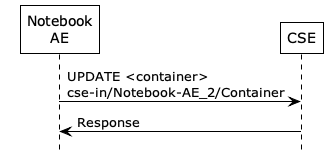
Before: images/05/update_container.png, a diagram exported from PlantUML (ankraft/onem2m-jupyter-notebooks).
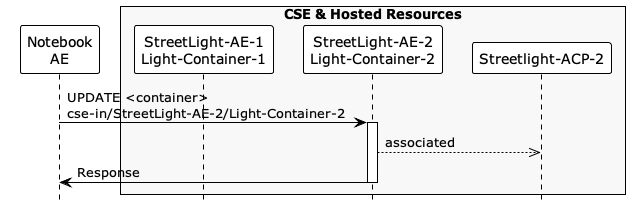
The same file after the commit.

Diff of the diagram source:
```diff
@@ -3,10 +3,16 @@
 !theme plain
 skinparam backgroundcolor transparent
 
+
 participant "Notebook\nAE" as AE
-participant "CSE" as CSE
+box "CSE & Hosted Resources" #f8f8f8
+participant "StreetLight-AE-1\nLight-Container-1" as container1
+participant "StreetLight-AE-2\nLight-Container-2" as container2
+participant "Streetlight-ACP-2" as acp2
+end box
 
-AE -> CSE: UPDATE <container>\ncse-in/Notebook-AE_2/Container
-AE <- CSE: Response
+AE -> container2 ++: UPDATE <container>\ncse-in/StreetLight-AE-2/Light-Container-2
+container2 -->> acp2: associated
+AE <- container2 --: Response
 
 @enduml
```
